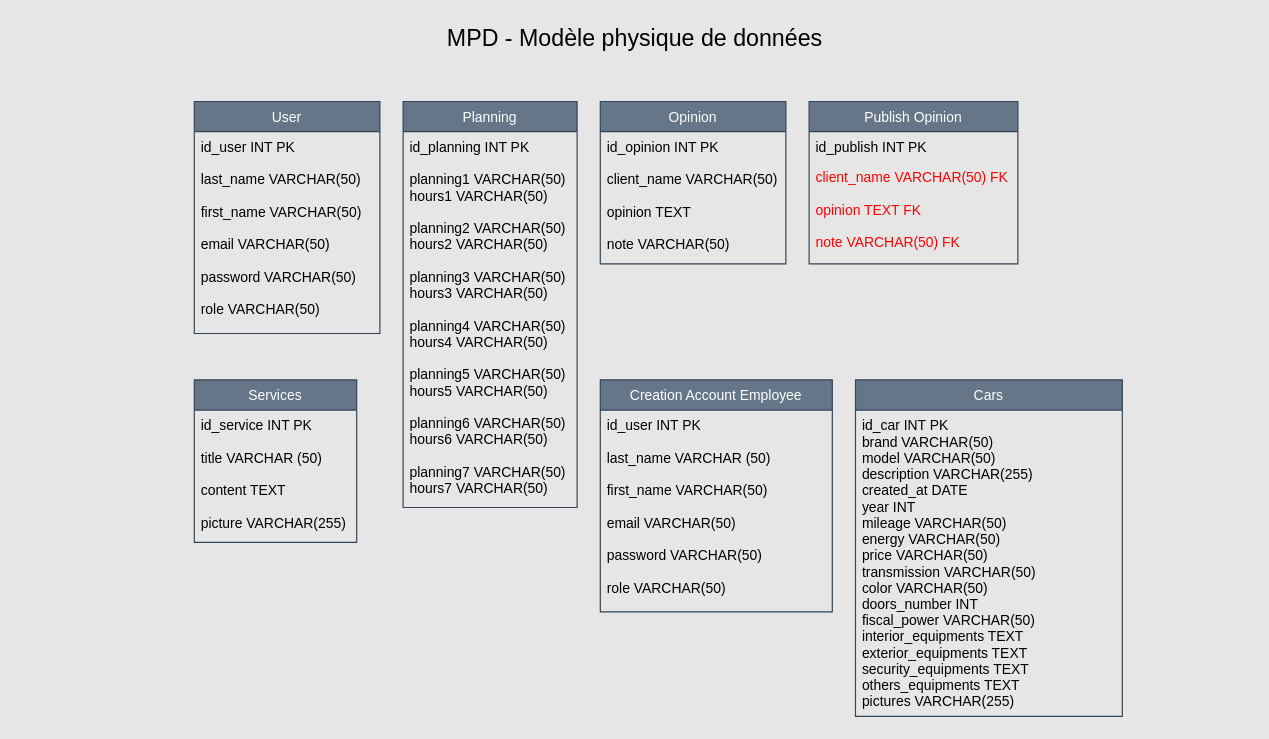
Above: Diagrammes/MPD.drawio in Neeruam244/garageparrot (draw.io), before the change. Source tidied: cells renumbered, new cells numbered last; positions are measured from the earlier drawing's top-left corner, leaving out a move shared by most shapes. Both pictures are drawn from the tidied source at 116%, with x=0, y=0 at pixel (20, 20).
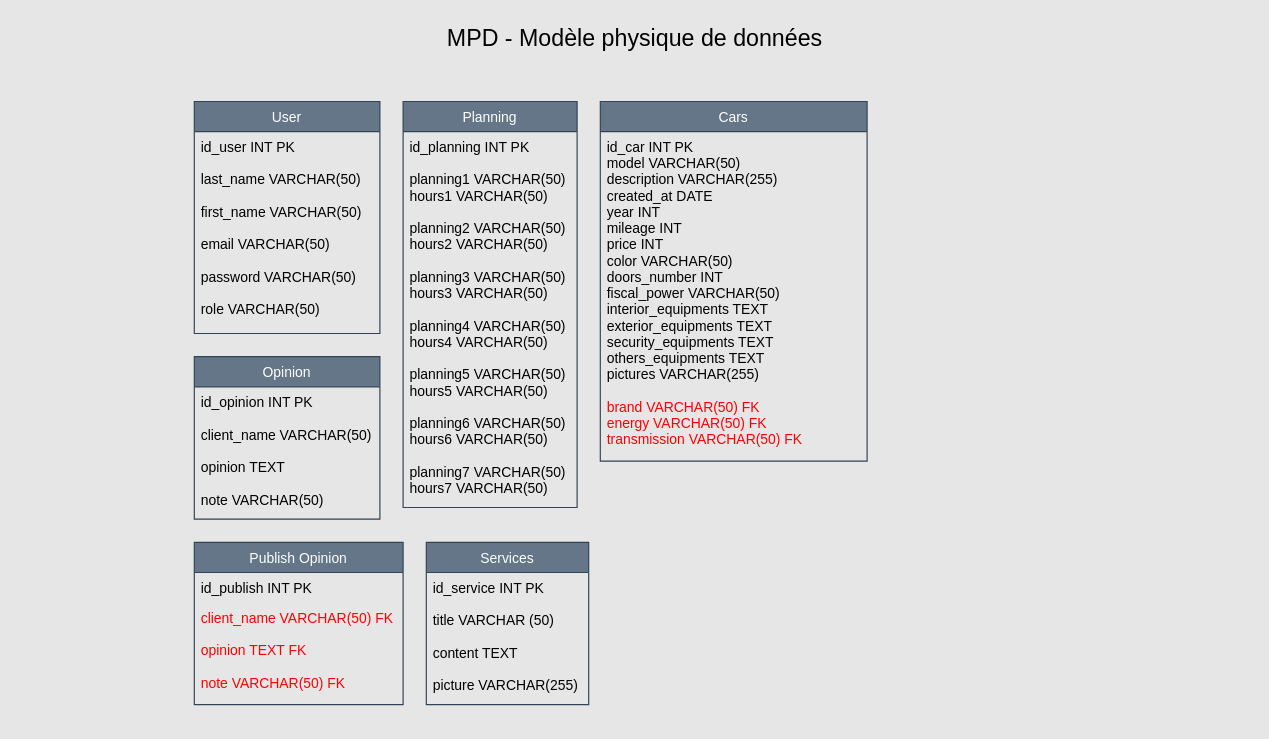
After the change.

What changed in the source:
```diff
@@
 <mxGraphModel background="#E6E6E6">
   <root>
     <mxCell id="0" />
     <mxCell id="1" parent="0" />
     <mxCell id="2" value="Services" style="swimlane;fontStyle=0;horizontal=1;startSize=26;fillColor=#647687;fontColor=#ffffff;strokeColor=#314354;" parent="1" vertex="1">
-      <mxGeometry x="150" y="310" width="140" height="140" as="geometry" />
+      <mxGeometry x="350" y="450" width="140" height="140" as="geometry" />
     </mxCell>
     <mxCell id="3" value="id_service INT PK&#10;&#10;title VARCHAR (50)&#10;&#10;content TEXT&#10; &#10;picture VARCHAR(255)" style="text;strokeColor=none;fillColor=none;align=left;verticalAlign=top;spacingLeft=4;spacingRight=4;overflow=hidden;fontColor=#000000;" parent="2" vertex="1">
       <mxGeometry y="26" width="140" height="114" as="geometry" />
     </mxCell>
-    <mxCell id="4" value="Creation Account Employee" style="swimlane;fontStyle=0;horizontal=1;startSize=26;fillColor=#647687;fontColor=#ffffff;strokeColor=#314354;" parent="1" vertex="1">
-      <mxGeometry x="500" y="310" width="200" height="200" as="geometry" />
-    </mxCell>
-    <mxCell id="5" value="id_user INT PK&#10;&#10;last_name VARCHAR (50)&#10;&#10;first_name VARCHAR(50)&#10;&#10;email VARCHAR(50)&#10;&#10;password VARCHAR(50)&#10;&#10;role VARCHAR(50)" style="text;strokeColor=none;fillColor=none;align=left;verticalAlign=top;spacingLeft=4;spacingRight=4;overflow=hidden;fontColor=#000000;" parent="4" vertex="1">
-      <mxGeometry y="26" width="200" height="174" as="geometry" />
-    </mxCell>
     <mxCell id="6" value="MPD - Modèle physique de données" style="text;html=1;strokeColor=none;fillColor=none;align=center;verticalAlign=middle;whiteSpace=wrap;rounded=0;fontColor=#000000;fontSize=20;" parent="1" vertex="1">
       <mxGeometry width="1060" height="30" as="geometry" />
     </mxCell>
     <mxCell id="7" value="Planning" style="swimlane;fontStyle=0;horizontal=1;startSize=26;fillColor=#647687;fontColor=#ffffff;strokeColor=#314354;" parent="1" vertex="1">
       <mxGeometry x="330" y="70" width="150" height="350" as="geometry" />
     </mxCell>
     <mxCell id="8" value="id_planning INT PK&#10;&#10;planning1 VARCHAR(50)&#10;hours1 VARCHAR(50)&#10;&#10;planning2 VARCHAR(50)&#10;hours2 VARCHAR(50)&#10;&#10;planning3 VARCHAR(50)&#10;hours3 VARCHAR(50)&#10;&#10;planning4 VARCHAR(50)&#10;hours4 VARCHAR(50)&#10;&#10;planning5 VARCHAR(50)&#10;hours5 VARCHAR(50)&#10;&#10;planning6 VARCHAR(50)&#10;hours6 VARCHAR(50)&#10;&#10;planning7 VARCHAR(50)&#10;hours7 VARCHAR(50)" style="text;strokeColor=none;fillColor=none;align=left;verticalAlign=top;spacingLeft=4;spacingRight=4;overflow=hidden;fontColor=#000000;" parent="7" vertex="1">
       <mxGeometry y="26" width="150" height="324" as="geometry" />
     </mxCell>
     <mxCell id="9" value="Opinion" style="swimlane;fontStyle=0;horizontal=1;startSize=26;fillColor=#647687;fontColor=#ffffff;strokeColor=#314354;" parent="1" vertex="1">
-      <mxGeometry x="500" y="70" width="160" height="140" as="geometry" />
+      <mxGeometry x="150" y="290" width="160" height="140" as="geometry" />
     </mxCell>
     <mxCell id="10" value="id_opinion INT PK&#10;&#10;client_name VARCHAR(50)&#10;&#10;opinion TEXT&#10;&#10;note VARCHAR(50)" style="text;strokeColor=none;fillColor=none;align=left;verticalAlign=top;spacingLeft=4;spacingRight=4;overflow=hidden;fontColor=#000000;" parent="9" vertex="1">
       <mxGeometry y="26" width="160" height="114" as="geometry" />
     </mxCell>
     <mxCell id="11" value="Publish Opinion" style="swimlane;fontStyle=0;horizontal=1;startSize=26;fillColor=#647687;fontColor=#ffffff;strokeColor=#314354;" parent="1" vertex="1">
-      <mxGeometry x="680" y="70" width="180" height="140" as="geometry" />
+      <mxGeometry x="150" y="450" width="180" height="140" as="geometry" />
     </mxCell>
     <mxCell id="12" value="id_publish INT PK" style="text;strokeColor=none;fillColor=none;align=left;verticalAlign=top;spacingLeft=4;spacingRight=4;overflow=hidden;fontColor=#000000;" parent="11" vertex="1">
       <mxGeometry y="26" width="180" height="26" as="geometry" />
     </mxCell>
     <mxCell id="13" value="client_name VARCHAR(50) FK&#10;&#10;opinion TEXT FK&#10;&#10;note VARCHAR(50) FK" style="text;strokeColor=none;fillColor=none;align=left;verticalAlign=top;spacingLeft=4;spacingRight=4;overflow=hidden;fontColor=#FF0000;" parent="11" vertex="1">
       <mxGeometry y="52" width="180" height="88" as="geometry" />
     </mxCell>
     <mxCell id="14" value="Cars" style="swimlane;fontStyle=0;horizontal=1;startSize=26;fillColor=#647687;fontColor=#ffffff;strokeColor=#314354;" parent="1" vertex="1">
-      <mxGeometry x="720" y="310" width="230" height="290" as="geometry" />
+      <mxGeometry x="500" y="70" width="230" height="310" as="geometry" />
     </mxCell>
-    <mxCell id="15" value="id_car INT PK&#10;brand VARCHAR(50)&#10;model VARCHAR(50)&#10;description VARCHAR(255)&#10;created_at DATE&#10;year INT&#10;mileage VARCHAR(50)&#10;energy VARCHAR(50)&#10;price VARCHAR(50)&#10;transmission VARCHAR(50)&#10;color VARCHAR(50)&#10;doors_number INT&#10;fiscal_power VARCHAR(50)&#10;interior_equipments TEXT&#10;exterior_equipments TEXT&#10;security_equipments TEXT&#10;others_equipments TEXT&#10;pictures VARCHAR(255)" style="text;strokeColor=none;fillColor=none;align=left;verticalAlign=top;spacingLeft=4;spacingRight=4;overflow=hidden;fontColor=#000000;" parent="14" vertex="1">
-      <mxGeometry y="26" width="230" height="264" as="geometry" />
+    <mxCell id="15" value="id_car INT PK&#10;model VARCHAR(50)&#10;description VARCHAR(255)&#10;created_at DATE&#10;year INT&#10;mileage INT&#10;price INT &#10;color VARCHAR(50)&#10;doors_number INT&#10;fiscal_power VARCHAR(50)&#10;interior_equipments TEXT&#10;exterior_equipments TEXT&#10;security_equipments TEXT&#10;others_equipments TEXT&#10;pictures VARCHAR(255)" style="text;strokeColor=none;fillColor=none;align=left;verticalAlign=top;spacingLeft=4;spacingRight=4;overflow=hidden;fontColor=#000000;" parent="14" vertex="1">
+      <mxGeometry y="26" width="230" height="224" as="geometry" />
     </mxCell>
+    <mxCell id="18" value="brand VARCHAR(50) FK&#10;energy VARCHAR(50) FK&#10;transmission VARCHAR(50) FK " style="text;strokeColor=none;fillColor=none;align=left;verticalAlign=top;spacingLeft=4;spacingRight=4;overflow=hidden;fontColor=#FF0000;" parent="14" vertex="1">
+      <mxGeometry y="250" width="230" height="60" as="geometry" />
+    </mxCell>
     <mxCell id="16" value="User" style="swimlane;fontStyle=0;horizontal=1;startSize=26;fillColor=#647687;fontColor=#ffffff;strokeColor=#314354;" parent="1" vertex="1">
       <mxGeometry x="150" y="70" width="160" height="200" as="geometry" />
     </mxCell>
     <mxCell id="17" value="id_user INT PK&#10;&#10;last_name VARCHAR(50) &#10;&#10;first_name VARCHAR(50)&#10;&#10;email VARCHAR(50)&#10;&#10;password VARCHAR(50) &#10;&#10;role VARCHAR(50)" style="text;strokeColor=none;fillColor=none;align=left;verticalAlign=top;spacingLeft=4;spacingRight=4;overflow=hidden;fontColor=#000000;" parent="16" vertex="1">
       <mxGeometry y="26" width="160" height="174" as="geometry" />
     </mxCell>
   </root>
 </mxGraphModel>
```
